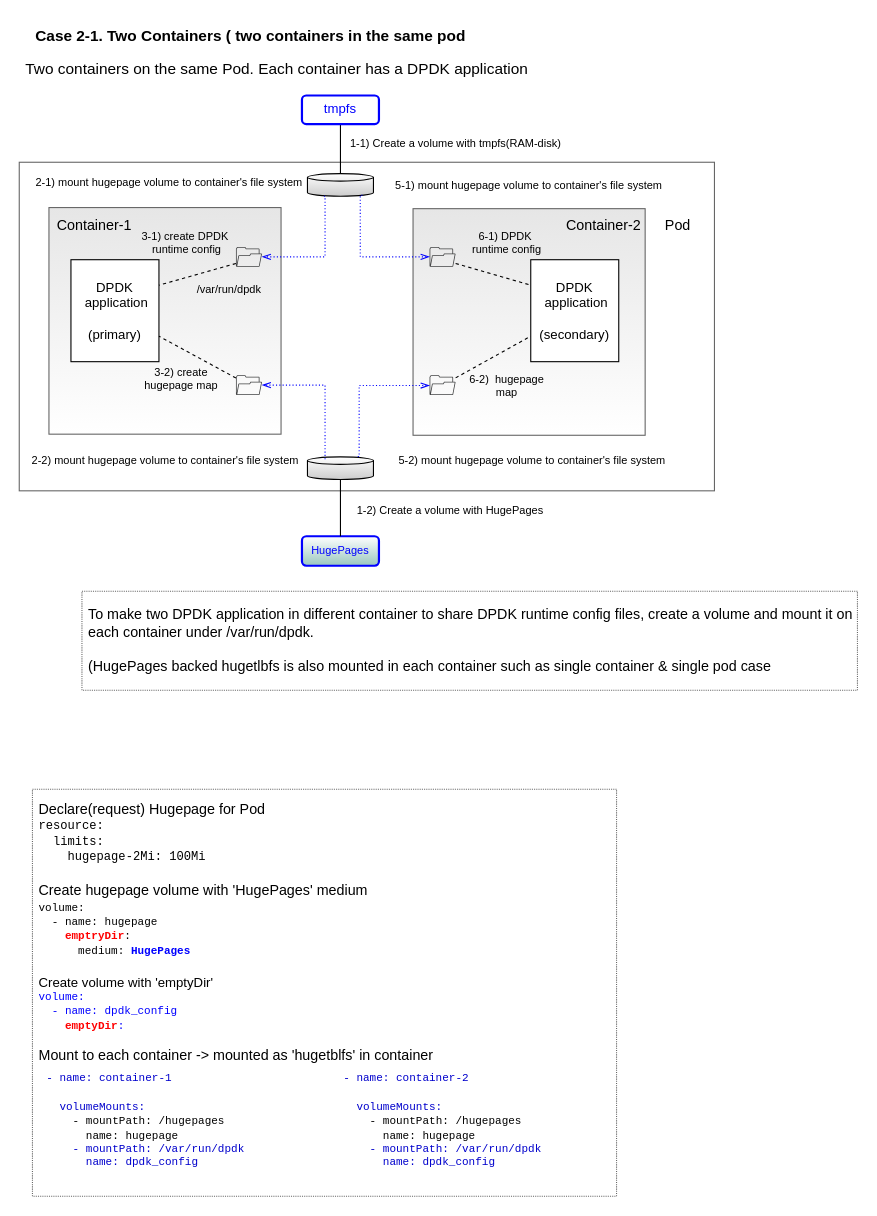
Earlier version of the draw.io diagram page "two container in one pod" (4 of 5) of dpdk multi-process.drawio (cychong47/how-to-share-hugepage-in-k8s). Source tidied: cells renumbered, new cells numbered last; positions are measured from the earlier drawing's top-left corner, leaving out a move shared by most shapes. Both pictures are drawn from the tidied source at 110%, with x=0, y=0 at pixel (19, 19).
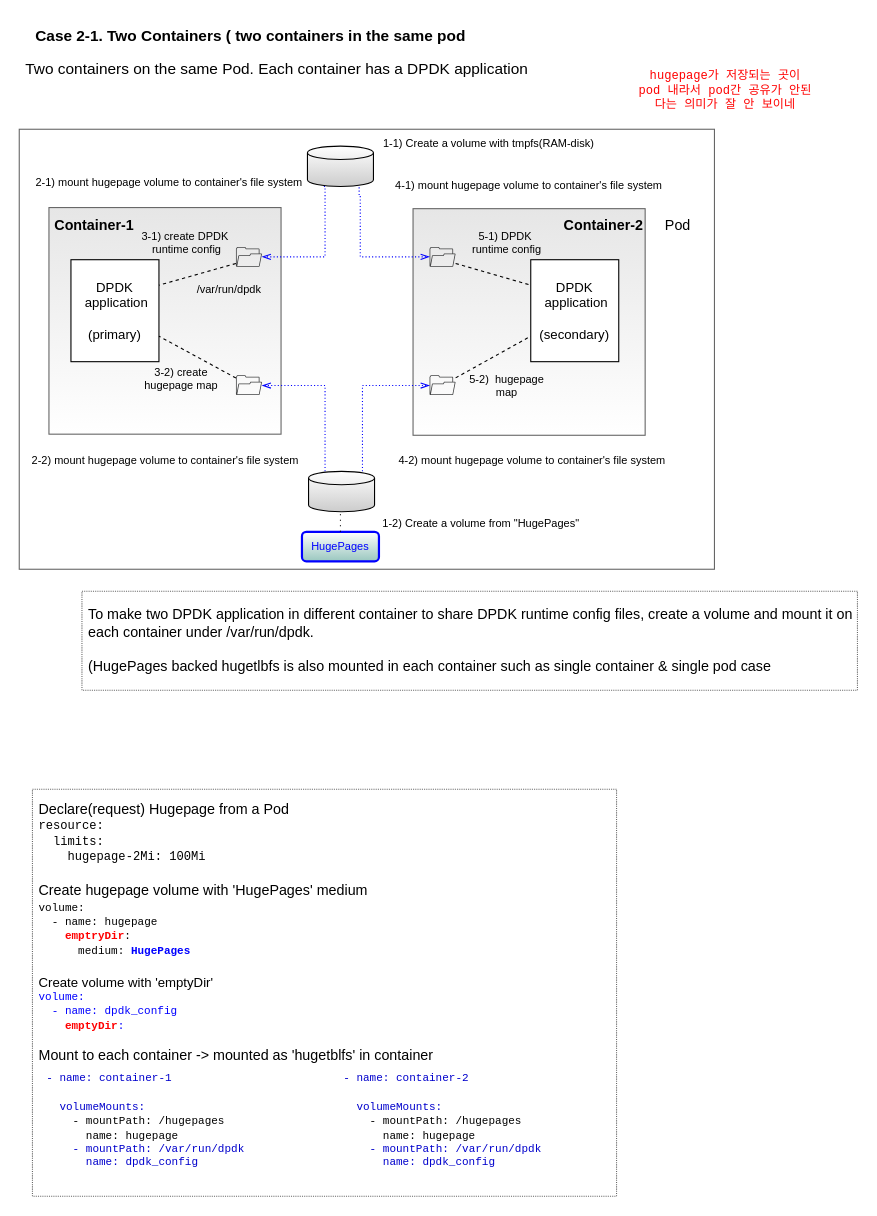
The same diagram, later.

Commit message (it also covers changes not shown here):
add two container and two pod case

The change refers to these unchanged cells:
```xml
<mxCell id="8" style="group;" parent="1" vertex="1">
  <mxGeometry x="12" y="700" width="531" height="370" as="geometry" />
</mxCell>
<mxCell id="35" style="sketch=0;shadow=0;dashed=0;html=1;strokeColor=none;fillColor=#434445;labelPosition=center;verticalLabelPosition=bottom;verticalAlign=top;align=center;outlineConnect=0;shape=mxgraph.vvd.folder;rounded=1;glass=0;fontFamily=Courier New;fontSize=12;fontColor=#000000;" parent="1" vertex="1">
  <mxGeometry x="197" y="323.6" width="23.7" height="18" as="geometry" />
</mxCell>
<mxCell id="37" style="sketch=0;shadow=0;dashed=0;html=1;strokeColor=none;fillColor=#434445;labelPosition=center;verticalLabelPosition=bottom;verticalAlign=top;align=center;outlineConnect=0;shape=mxgraph.vvd.folder;rounded=1;glass=0;fontFamily=Courier New;fontSize=12;fontColor=#000000;" parent="1" vertex="1">
  <mxGeometry x="373" y="323.6" width="23.7" height="18" as="geometry" />
</mxCell>
<mxCell id="40" style="sketch=0;shadow=0;dashed=0;html=1;strokeColor=none;fillColor=#434445;labelPosition=center;verticalLabelPosition=bottom;verticalAlign=top;align=center;outlineConnect=0;shape=mxgraph.vvd.folder;rounded=1;glass=0;fontFamily=Courier New;fontSize=12;fontColor=#000000;" parent="1" vertex="1">
  <mxGeometry x="373" y="207" width="23.7" height="18" as="geometry" />
</mxCell>
```

The edit, as a diff of the source:
```diff
@@
     <mxCell id="2" style="rounded=0;whiteSpace=wrap;html=1;fontSize=14;fontColor=#0000FF;strokeColor=#666666;fillColor=none;strokeWidth=1;glass=0;sketch=0;gradientColor=#ffffff;" parent="1" vertex="1">
-      <mxGeometry y="130" width="632" height="298.7" as="geometry" />
+      <mxGeometry y="100" width="632" height="400" as="geometry" />
     </mxCell>
@@
-    <mxCell id="6" style="edgeStyle=orthogonalEdgeStyle;rounded=0;jettySize=auto;html=1;fontFamily=Courier New;fontSize=10;fontColor=#000000;startArrow=none;startFill=0;endArrow=none;endFill=0;strokeColor=#000000;strokeWidth=1;" parent="1" edge="1" source="7" target="30">
-      <mxGeometry relative="1" as="geometry" />
-    </mxCell>
-    <mxCell id="7" value="tmpfs" style="rounded=1;whiteSpace=wrap;html=1;fontSize=12;fontColor=#0000FF;strokeColor=#0000FF;strokeWidth=2;fillColor=none;" parent="1" vertex="1">
-      <mxGeometry x="257" y="69.3" width="70" height="26" as="geometry" />
-    </mxCell>
@@
-    <mxCell id="9" value="&lt;div&gt;&lt;font size=&quot;2&quot;&gt;Declare(request) Hugepage for Pod&lt;/font&gt;&lt;/div&gt;&lt;div style=&quot;font-size: 11px&quot;&gt;&lt;/div&gt;&lt;div style=&quot;font-size: 11px&quot;&gt;&lt;font style=&quot;font-size: 11px&quot; face=&quot;Courier New&quot;&gt;resource:&lt;/font&gt;&lt;/div&gt;&lt;div style=&quot;font-size: 11px&quot;&gt;&lt;font style=&quot;font-size: 11px&quot; face=&quot;Courier New&quot;&gt;&amp;nbsp; limits:&lt;/font&gt;&lt;/div&gt;&lt;div style=&quot;font-size: 11px&quot;&gt;&lt;font style=&quot;font-size: 11px&quot; face=&quot;Courier New&quot;&gt;&amp;nbsp; &amp;nbsp; hugepage-2Mi: 100Mi&lt;/font&gt;&lt;/div&gt;&lt;div&gt;&lt;font size=&quot;2&quot;&gt;&lt;br&gt;&lt;/font&gt;&lt;/div&gt;&lt;div&gt;&lt;font size=&quot;2&quot;&gt;Create hugepage volume with 'HugePages' medium&lt;/font&gt;&lt;/div&gt;&lt;div&gt;&lt;span style=&quot;font-size: 10px ; font-family: &amp;#34;courier new&amp;#34;&quot;&gt;volume:&lt;/span&gt;&lt;br&gt;&lt;/div&gt;&lt;div style=&quot;font-size: 10px&quot;&gt;&lt;font face=&quot;Courier New&quot; style=&quot;font-size: 10px&quot;&gt;&lt;font style=&quot;font-size: 10px&quot;&gt;&amp;nbsp;&lt;/font&gt;&lt;font style=&quot;font-size: 10px&quot;&gt; - name: hugepage&lt;/font&gt;&lt;/font&gt;&lt;/div&gt;&lt;div style=&quot;font-size: 10px&quot;&gt;&lt;font face=&quot;Courier New&quot; style=&quot;font-size: 10px&quot;&gt;&amp;nbsp; &amp;nbsp; &lt;b&gt;&lt;font color=&quot;#ff0000&quot;&gt;emptryDir&lt;/font&gt;&lt;/b&gt;:&lt;/font&gt;&lt;/div&gt;&lt;div style=&quot;font-size: 10px&quot;&gt;&lt;font face=&quot;Courier New&quot; style=&quot;font-size: 10px&quot;&gt;&amp;nbsp; &amp;nbsp; &amp;nbsp; medium: &lt;b&gt;&lt;font color=&quot;#0000ff&quot;&gt;HugePages&lt;/font&gt;&lt;/b&gt;&lt;/font&gt;&lt;/div&gt;&lt;div&gt;&lt;br&gt;&lt;/div&gt;&lt;div&gt;Create volume with 'emptyDir'&lt;/div&gt;&lt;div style=&quot;font-size: 10px&quot;&gt;&lt;font face=&quot;Courier New&quot; style=&quot;font-size: 10px&quot; color=&quot;#0000ff&quot;&gt;volume:&lt;/font&gt;&lt;/div&gt;&lt;div style=&quot;font-size: 10px&quot;&gt;&lt;font face=&quot;Courier New&quot; style=&quot;font-size: 10px&quot; color=&quot;#0000ff&quot;&gt;&amp;nbsp; - name: dpdk_config&lt;/font&gt;&lt;/div&gt;&lt;div style=&quot;font-size: 10px&quot;&gt;&lt;font face=&quot;Courier New&quot; style=&quot;font-size: 10px&quot; color=&quot;#0000ff&quot;&gt;&amp;nbsp; &amp;nbsp; &lt;/font&gt;&lt;font face=&quot;Courier New&quot; style=&quot;font-size: 10px&quot; color=&quot;#ff0000&quot;&gt;&lt;b&gt;emptyDir&lt;/b&gt;&lt;/font&gt;&lt;font face=&quot;Courier New&quot; style=&quot;font-size: 10px&quot; color=&quot;#0000ff&quot;&gt;:&lt;/font&gt;&lt;/div&gt;&lt;div style=&quot;font-size: 10px&quot;&gt;&lt;font face=&quot;Courier New&quot; style=&quot;font-size: 10px&quot; color=&quot;#0000ff&quot;&gt;&lt;br&gt;&lt;/font&gt;&lt;/div&gt;&lt;div&gt;&lt;font size=&quot;2&quot;&gt;Mount to&amp;nbsp;each container -&amp;gt; mounted as 'hugetblfs' in container&lt;/font&gt;&lt;/div&gt;&lt;div style=&quot;font-size: 10px&quot;&gt;&lt;br&gt;&lt;/div&gt;" style="text;html=1;strokeColor=#666666;fillColor=none;align=left;verticalAlign=top;whiteSpace=wrap;rounded=0;fontFamily=Helvetica;dashed=1;spacing=6;dashPattern=1 1;" parent="8" vertex="1">
+    <mxCell id="9" value="&lt;div&gt;&lt;font size=&quot;2&quot;&gt;Declare(request) Hugepage from a Pod&lt;/font&gt;&lt;/div&gt;&lt;div style=&quot;font-size: 11px&quot;&gt;&lt;/div&gt;&lt;div style=&quot;font-size: 11px&quot;&gt;&lt;font style=&quot;font-size: 11px&quot; face=&quot;Courier New&quot;&gt;resource:&lt;/font&gt;&lt;/div&gt;&lt;div style=&quot;font-size: 11px&quot;&gt;&lt;font style=&quot;font-size: 11px&quot; face=&quot;Courier New&quot;&gt;&amp;nbsp; limits:&lt;/font&gt;&lt;/div&gt;&lt;div style=&quot;font-size: 11px&quot;&gt;&lt;font style=&quot;font-size: 11px&quot; face=&quot;Courier New&quot;&gt;&amp;nbsp; &amp;nbsp; hugepage-2Mi: 100Mi&lt;/font&gt;&lt;/div&gt;&lt;div&gt;&lt;font size=&quot;2&quot;&gt;&lt;br&gt;&lt;/font&gt;&lt;/div&gt;&lt;div&gt;&lt;font size=&quot;2&quot;&gt;Create hugepage volume with 'HugePages' medium&lt;/font&gt;&lt;/div&gt;&lt;div&gt;&lt;span style=&quot;font-size: 10px ; font-family: &amp;#34;courier new&amp;#34;&quot;&gt;volume:&lt;/span&gt;&lt;br&gt;&lt;/div&gt;&lt;div style=&quot;font-size: 10px&quot;&gt;&lt;font face=&quot;Courier New&quot; style=&quot;font-size: 10px&quot;&gt;&lt;font style=&quot;font-size: 10px&quot;&gt;&amp;nbsp;&lt;/font&gt;&lt;font style=&quot;font-size: 10px&quot;&gt; - name: hugepage&lt;/font&gt;&lt;/font&gt;&lt;/div&gt;&lt;div style=&quot;font-size: 10px&quot;&gt;&lt;font face=&quot;Courier New&quot; style=&quot;font-size: 10px&quot;&gt;&amp;nbsp; &amp;nbsp; &lt;b&gt;&lt;font color=&quot;#ff0000&quot;&gt;emptryDir&lt;/font&gt;&lt;/b&gt;:&lt;/font&gt;&lt;/div&gt;&lt;div style=&quot;font-size: 10px&quot;&gt;&lt;font face=&quot;Courier New&quot; style=&quot;font-size: 10px&quot;&gt;&amp;nbsp; &amp;nbsp; &amp;nbsp; medium: &lt;b&gt;&lt;font color=&quot;#0000ff&quot;&gt;HugePages&lt;/font&gt;&lt;/b&gt;&lt;/font&gt;&lt;/div&gt;&lt;div&gt;&lt;br&gt;&lt;/div&gt;&lt;div&gt;Create volume with 'emptyDir'&lt;/div&gt;&lt;div style=&quot;font-size: 10px&quot;&gt;&lt;font face=&quot;Courier New&quot; style=&quot;font-size: 10px&quot; color=&quot;#0000ff&quot;&gt;volume:&lt;/font&gt;&lt;/div&gt;&lt;div style=&quot;font-size: 10px&quot;&gt;&lt;font face=&quot;Courier New&quot; style=&quot;font-size: 10px&quot; color=&quot;#0000ff&quot;&gt;&amp;nbsp; - name: dpdk_config&lt;/font&gt;&lt;/div&gt;&lt;div style=&quot;font-size: 10px&quot;&gt;&lt;font face=&quot;Courier New&quot; style=&quot;font-size: 10px&quot; color=&quot;#0000ff&quot;&gt;&amp;nbsp; &amp;nbsp; &lt;/font&gt;&lt;font face=&quot;Courier New&quot; style=&quot;font-size: 10px&quot; color=&quot;#ff0000&quot;&gt;&lt;b&gt;emptyDir&lt;/b&gt;&lt;/font&gt;&lt;font face=&quot;Courier New&quot; style=&quot;font-size: 10px&quot; color=&quot;#0000ff&quot;&gt;:&lt;/font&gt;&lt;/div&gt;&lt;div style=&quot;font-size: 10px&quot;&gt;&lt;font face=&quot;Courier New&quot; style=&quot;font-size: 10px&quot; color=&quot;#0000ff&quot;&gt;&lt;br&gt;&lt;/font&gt;&lt;/div&gt;&lt;div&gt;&lt;font size=&quot;2&quot;&gt;Mount to&amp;nbsp;each container -&amp;gt; mounted as 'hugetblfs' in container&lt;/font&gt;&lt;/div&gt;&lt;div style=&quot;font-size: 10px&quot;&gt;&lt;br&gt;&lt;/div&gt;" style="text;html=1;strokeColor=#666666;fillColor=none;align=left;verticalAlign=top;whiteSpace=wrap;rounded=0;fontFamily=Helvetica;dashed=1;spacing=6;dashPattern=1 1;" parent="8" vertex="1">
       <mxGeometry width="531" height="370" as="geometry" />
     </mxCell>
@@
     <mxCell id="12" value="&lt;font style=&quot;font-size: 10px&quot;&gt;1-1) Create a volume with tmpfs(RAM-disk)&lt;/font&gt;" style="text;html=1;strokeColor=none;fillColor=none;align=center;verticalAlign=middle;whiteSpace=wrap;rounded=0;fontSize=10;fontColor=#000000;" parent="1" vertex="1">
-      <mxGeometry x="292" y="95.3" width="210" height="35" as="geometry" />
+      <mxGeometry x="322" y="95" width="210" height="35" as="geometry" />
     </mxCell>
-    <mxCell id="13" value="&lt;font style=&quot;font-size: 10px&quot;&gt;5-1) mount hugepage volume to container's file system&lt;/font&gt;" style="text;html=1;strokeColor=none;fillColor=none;align=center;verticalAlign=middle;whiteSpace=wrap;rounded=0;fontSize=10;fontColor=#000000;" parent="1" vertex="1">
+    <mxCell id="13" value="&lt;font style=&quot;font-size: 10px&quot;&gt;4-1) mount hugepage volume to container's file system&lt;/font&gt;" style="text;html=1;strokeColor=none;fillColor=none;align=center;verticalAlign=middle;whiteSpace=wrap;rounded=0;fontSize=10;fontColor=#000000;" parent="1" vertex="1">
       <mxGeometry x="327" y="135.7" width="273" height="30" as="geometry" />
     </mxCell>
@@
-    <mxCell id="17" value="6-2) &amp;nbsp;hugepage&lt;br style=&quot;font-size: 10px&quot;&gt;map" style="text;html=1;strokeColor=none;fillColor=none;align=center;verticalAlign=middle;whiteSpace=wrap;rounded=0;fontColor=#000000;fontSize=10;" parent="1" vertex="1">
+    <mxCell id="17" value="5-2) &amp;nbsp;hugepage&lt;br style=&quot;font-size: 10px&quot;&gt;map" style="text;html=1;strokeColor=none;fillColor=none;align=center;verticalAlign=middle;whiteSpace=wrap;rounded=0;fontColor=#000000;fontSize=10;" parent="1" vertex="1">
       <mxGeometry x="403" y="317.2" width="81" height="30.9" as="geometry" />
     </mxCell>
-    <mxCell id="18" value="6-1) DPDK&amp;nbsp;&lt;br style=&quot;font-size: 10px&quot;&gt;runtime&amp;nbsp;config" style="text;html=1;strokeColor=none;fillColor=none;align=center;verticalAlign=middle;whiteSpace=wrap;rounded=0;fontColor=#000000;fontSize=10;" parent="1" vertex="1">
+    <mxCell id="18" value="5-1) DPDK&amp;nbsp;&lt;br style=&quot;font-size: 10px&quot;&gt;runtime&amp;nbsp;config" style="text;html=1;strokeColor=none;fillColor=none;align=center;verticalAlign=middle;whiteSpace=wrap;rounded=0;fontColor=#000000;fontSize=10;" parent="1" vertex="1">
       <mxGeometry x="403" y="187.7" width="81" height="30.9" as="geometry" />
     </mxCell>
@@
-    <mxCell id="26" value="&lt;font face=&quot;Helvetica&quot; color=&quot;#000000&quot; size=&quot;1&quot;&gt;&lt;span style=&quot;font-size: 13px&quot;&gt;Container-1&lt;/span&gt;&lt;/font&gt;" style="text;html=1;strokeColor=none;fillColor=none;align=center;verticalAlign=middle;whiteSpace=wrap;rounded=0;shadow=1;glass=0;sketch=0;fontFamily=Courier New;fontSize=10;fontColor=#0000CC;" parent="1" vertex="1">
+    <mxCell id="26" value="&lt;font face=&quot;Helvetica&quot; color=&quot;#000000&quot; size=&quot;1&quot;&gt;&lt;span style=&quot;font-size: 13px&quot;&gt;Container-1&lt;/span&gt;&lt;/font&gt;" style="text;html=1;strokeColor=none;fillColor=none;align=center;verticalAlign=middle;whiteSpace=wrap;rounded=0;shadow=1;glass=0;sketch=0;fontFamily=Courier New;fontSize=10;fontColor=#0000CC;fontStyle=1;" parent="1" vertex="1">
       <mxGeometry x="29" y="171.2" width="79" height="30.9" as="geometry" />
     </mxCell>
@@
-    <mxCell id="29" value="&lt;font face=&quot;Helvetica&quot; color=&quot;#000000&quot; size=&quot;1&quot;&gt;&lt;span style=&quot;font-size: 13px&quot;&gt;Container-2&lt;/span&gt;&lt;/font&gt;" style="text;html=1;strokeColor=none;fillColor=none;align=center;verticalAlign=middle;whiteSpace=wrap;rounded=0;shadow=1;glass=0;sketch=0;fontFamily=Courier New;fontSize=10;fontColor=#0000CC;" parent="1" vertex="1">
+    <mxCell id="29" value="&lt;font face=&quot;Helvetica&quot; color=&quot;#000000&quot; size=&quot;1&quot;&gt;&lt;span style=&quot;font-size: 13px&quot;&gt;Container-2&lt;/span&gt;&lt;/font&gt;" style="text;html=1;strokeColor=none;fillColor=none;align=center;verticalAlign=middle;whiteSpace=wrap;rounded=0;shadow=1;glass=0;sketch=0;fontFamily=Courier New;fontSize=10;fontColor=#0000CC;fontStyle=1;" parent="1" vertex="1">
       <mxGeometry x="494" y="171.2" width="75" height="30.9" as="geometry" />
     </mxCell>
-    <mxCell id="30" style="strokeWidth=1;html=1;shape=mxgraph.flowchart.database;whiteSpace=wrap;rounded=1;shadow=0;glass=0;sketch=0;fontFamily=Courier New;fontSize=12;fontColor=#000000;fillColor=#CCCCCC;gradientColor=#ffffff;gradientDirection=north;" parent="1" vertex="1">
-      <mxGeometry x="262" y="140.3" width="60" height="20.6" as="geometry" />
-    </mxCell>
     <mxCell id="31" value="HugePages" style="rounded=1;whiteSpace=wrap;html=1;fontSize=10;fontColor=#0000FF;strokeColor=#0000FF;strokeWidth=2;fillColor=#9AC7BF;gradientColor=#ffffff;gradientDirection=north;" parent="1" vertex="1">
-      <mxGeometry x="257" y="470" width="70" height="26.8" as="geometry" />
+      <mxGeometry x="257" y="466" width="70" height="26.8" as="geometry" />
     </mxCell>
-    <mxCell id="32" style="strokeWidth=1;html=1;shape=mxgraph.flowchart.database;whiteSpace=wrap;rounded=1;shadow=0;glass=0;sketch=0;fontFamily=Courier New;fontSize=12;fontColor=#000000;fillColor=#CCCCCC;gradientColor=#ffffff;gradientDirection=north;" parent="1" vertex="1">
-      <mxGeometry x="262" y="397.8" width="60" height="20.6" as="geometry" />
-    </mxCell>
-    <mxCell id="33" value="&lt;font style=&quot;font-size: 10px&quot;&gt;1-2) Create a volume with HugePages&lt;/font&gt;" style="text;html=1;strokeColor=none;fillColor=none;align=center;verticalAlign=middle;whiteSpace=wrap;rounded=0;fontSize=10;fontColor=#000000;" parent="1" vertex="1">
-      <mxGeometry x="298.5" y="428.7" width="185.5" height="35" as="geometry" />
+    <mxCell id="33" value="&lt;font style=&quot;font-size: 10px&quot;&gt;1-2) Create a volume from &quot;HugePages&quot;&lt;/font&gt;" style="text;html=1;strokeColor=none;fillColor=none;align=center;verticalAlign=middle;whiteSpace=wrap;rounded=0;fontSize=10;fontColor=#000000;" parent="1" vertex="1">
+      <mxGeometry x="327" y="440" width="185.5" height="35" as="geometry" />
     </mxCell>
@@
-    <mxCell id="36" style="edgeStyle=orthogonalEdgeStyle;rounded=0;jettySize=auto;html=1;dashed=1;fontSize=10;fontColor=#0000FF;strokeWidth=1;endArrow=openThin;endFill=0;strokeColor=#0000FF;startArrow=none;dashPattern=1 2;" parent="1" edge="1" target="35">
+    <mxCell id="36" style="edgeStyle=orthogonalEdgeStyle;rounded=0;jettySize=auto;html=1;dashed=1;fontSize=10;fontColor=#0000FF;strokeWidth=1;endArrow=openThin;endFill=0;strokeColor=#0000FF;startArrow=none;dashPattern=1 2;" parent="1" edge="1" source="47" target="35">
       <mxGeometry relative="1" as="geometry">
-        <mxPoint x="278" y="400" as="sourcePoint" />
         <Array as="points">
-          <mxPoint x="278" y="398" />
           <mxPoint x="278" y="333" />
         </Array>
       </mxGeometry>
     </mxCell>
@@
-    <mxCell id="38" value="&lt;font style=&quot;font-size: 10px&quot;&gt;5-2) mount hugepage volume to container's file system&lt;/font&gt;" style="text;html=1;strokeColor=none;fillColor=none;align=center;verticalAlign=middle;whiteSpace=wrap;rounded=0;fontSize=10;fontColor=#000000;" parent="1" vertex="1">
+    <mxCell id="38" value="&lt;font style=&quot;font-size: 10px&quot;&gt;4-2) mount hugepage volume to container's file system&lt;/font&gt;" style="text;html=1;strokeColor=none;fillColor=none;align=center;verticalAlign=middle;whiteSpace=wrap;rounded=0;fontSize=10;fontColor=#000000;" parent="1" vertex="1">
       <mxGeometry x="333" y="383.4" width="267" height="35" as="geometry" />
     </mxCell>
@@
-    <mxCell id="41" style="endArrow=none;html=1;rounded=0;fontFamily=Courier New;fontSize=10;fontColor=#000000;strokeColor=#000000;strokeWidth=1;entryX=0.5;entryY=1;entryDx=0;entryDy=0;entryPerimeter=0;" parent="1" edge="1" source="31" target="32">
-      <mxGeometry relative="1" as="geometry" />
+    <mxCell id="41" style="endArrow=none;html=1;rounded=0;fontFamily=Courier New;fontSize=10;fontColor=#000000;strokeColor=#000000;strokeWidth=1;entryX=0.5;entryY=1;entryDx=0;entryDy=0;entryPerimeter=0;dashed=1;dashPattern=1 4;" parent="1" edge="1" source="31">
+      <mxGeometry relative="1" as="geometry">
+        <mxPoint x="292" y="443.4" as="targetPoint" />
+      </mxGeometry>
     </mxCell>
@@
-    <mxCell id="44" style="edgeStyle=orthogonalEdgeStyle;rounded=0;jettySize=auto;html=1;dashed=1;fontSize=10;fontColor=#0000FF;strokeWidth=1;endArrow=openThin;endFill=0;strokeColor=#0000FF;startArrow=none;dashPattern=1 2;" parent="1" edge="1" target="40">
+    <mxCell id="44" style="edgeStyle=orthogonalEdgeStyle;rounded=0;jettySize=auto;html=1;dashed=1;fontSize=10;fontColor=#0000FF;strokeWidth=1;endArrow=openThin;endFill=0;strokeColor=#0000FF;startArrow=none;dashPattern=1 2;exitX=0.783;exitY=1.021;exitDx=0;exitDy=0;exitPerimeter=0;" parent="1" edge="1" source="30" target="40">
       <mxGeometry relative="1" as="geometry">
-        <mxPoint x="312" y="160" as="sourcePoint" />
         <Array as="points">
+          <mxPoint x="309" y="160" />
           <mxPoint x="310" y="160" />
           <mxPoint x="310" y="216" />
         </Array>
       </mxGeometry>
     </mxCell>
-    <mxCell id="45" style="edgeStyle=orthogonalEdgeStyle;rounded=0;jettySize=auto;html=1;dashed=1;fontSize=10;fontColor=#0000FF;strokeWidth=1;endArrow=openThin;endFill=0;strokeColor=#0000FF;startArrow=none;dashPattern=1 2;exitX=0.763;exitY=-0.014;exitDx=0;exitDy=0;exitPerimeter=0;" parent="1" edge="1" source="32" target="37">
+    <mxCell id="45" style="edgeStyle=orthogonalEdgeStyle;rounded=0;jettySize=auto;html=1;dashed=1;fontSize=10;fontColor=#0000FF;strokeWidth=1;endArrow=openThin;endFill=0;strokeColor=#0000FF;startArrow=none;dashPattern=1 2;" parent="1" edge="1" source="47" target="37">
       <mxGeometry relative="1" as="geometry">
         <Array as="points">
-          <mxPoint x="309" y="333" />
+          <mxPoint x="312" y="333" />
         </Array>
       </mxGeometry>
     </mxCell>
+    <mxCell id="46" value="hugepage가 저장되는 곳이 pod 내라서 pod간 공유가 안된다는 의미가 잘 안 보이네" style="text;html=1;strokeColor=none;fillColor=none;align=center;verticalAlign=middle;whiteSpace=wrap;rounded=0;shadow=0;glass=0;sketch=0;fontFamily=Courier New;fontSize=11;fontColor=#FF0000;" parent="1" vertex="1">
+      <mxGeometry x="562" y="50" width="160" height="30" as="geometry" />
+    </mxCell>
+    <mxCell id="30" style="strokeWidth=1;html=1;shape=mxgraph.flowchart.database;whiteSpace=wrap;rounded=1;shadow=0;glass=0;sketch=0;fontFamily=Courier New;fontSize=12;fontColor=#000000;fillColor=#CCCCCC;gradientColor=#ffffff;gradientDirection=north;" parent="1" vertex="1">
+      <mxGeometry x="262" y="115.3" width="60" height="36.7" as="geometry" />
+    </mxCell>
+    <mxCell id="47" style="strokeWidth=1;html=1;shape=mxgraph.flowchart.database;whiteSpace=wrap;rounded=1;shadow=0;glass=0;sketch=0;fontFamily=Courier New;fontSize=12;fontColor=#000000;fillColor=#CCCCCC;gradientColor=#ffffff;gradientDirection=north;" parent="1" vertex="1">
+      <mxGeometry x="263" y="411" width="60" height="36.7" as="geometry" />
+    </mxCell>
```
